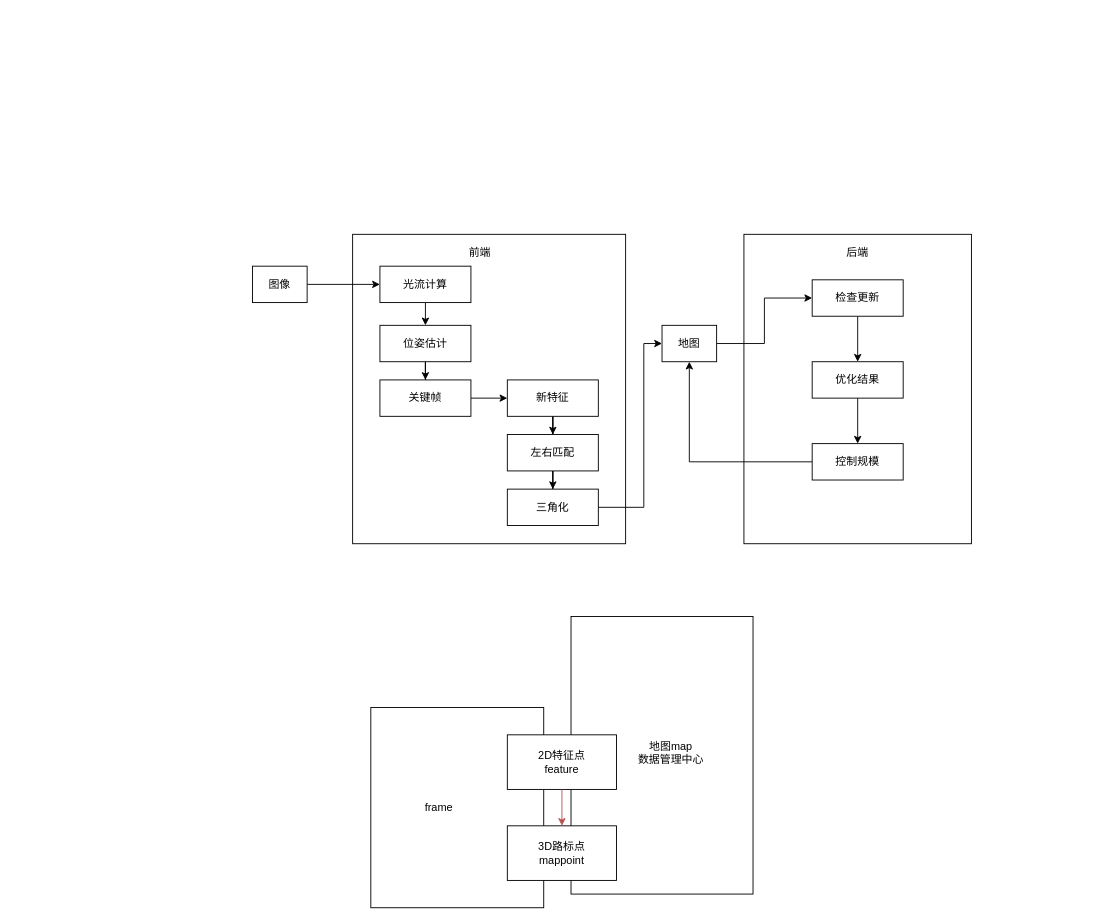
Above: docs/算法框架.drawio in ShaoHLeon/slam_CH13 (draw.io), before the change. Source tidied: cells renumbered, new cells numbered last; positions are measured from the earlier drawing's top-left corner, leaving out a move shared by most shapes. Both pictures are drawn from the tidied source at 91%, with x=0, y=0 at pixel (252, 234).
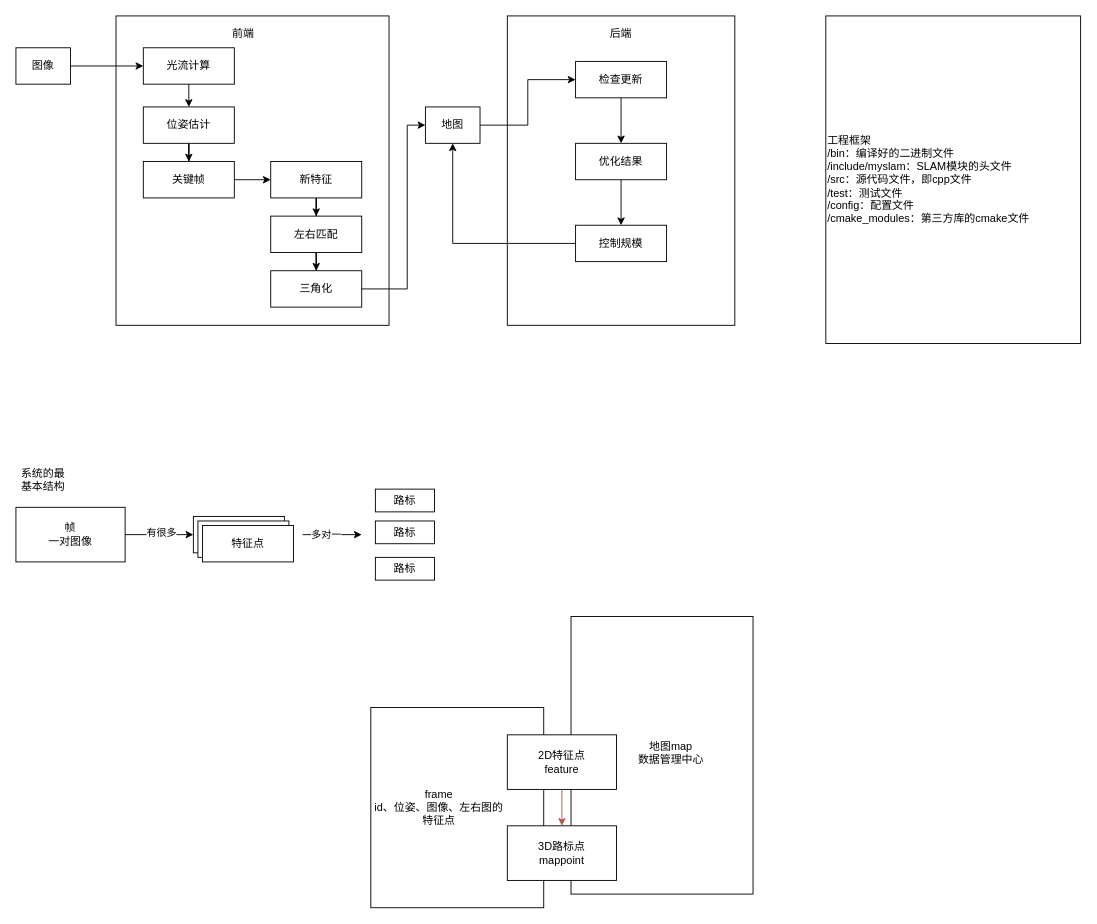
The same page after the edit.

Unchanged cells that the change refers to:
```xml
<mxCell id="2" style="group;" parent="1" vertex="1">
  <mxGeometry x="130" y="520" width="190" height="220" as="geometry" />
</mxCell>
```

The edit, as a diff of the source:
```diff
@@
-    <mxCell id="4" value="frame" style="text;html=1;align=center;verticalAlign=middle;whiteSpace=wrap;rounded=0;" parent="2" vertex="1">
+    <mxCell id="4" value="frame&lt;div&gt;id、位姿、图像、左右图的特征点&lt;/div&gt;" style="text;html=1;align=center;verticalAlign=middle;whiteSpace=wrap;rounded=0;" parent="2" vertex="1">
       <mxGeometry width="150" height="220" as="geometry" />
     </mxCell>
@@
     <mxCell id="6" style="group;" parent="1" vertex="1">
-      <mxGeometry width="790" height="340" as="geometry" />
+      <mxGeometry x="-260" y="-240" width="790" height="340" as="geometry" />
     </mxCell>
@@
+    <mxCell id="38" value="工程框架&lt;br&gt;/bin：编译好的二进制文件&lt;div&gt;/include/myslam：SLAM模块的头文件&lt;/div&gt;&lt;div&gt;/src：源代码文件，即cpp文件&lt;/div&gt;&lt;div&gt;/test：测试文件&lt;/div&gt;&lt;div&gt;/config：配置文件&lt;/div&gt;&lt;div&gt;/cmake_modules：第三方库的cmake文件&lt;/div&gt;" style="rounded=0;whiteSpace=wrap;html=1;align=left;" parent="1" vertex="1">
+      <mxGeometry x="630" y="-240" width="280" height="360" as="geometry" />
+    </mxCell>
+    <mxCell id="39" style="group;" parent="1" vertex="1">
+      <mxGeometry x="-260" y="255" width="460" height="125" as="geometry" />
+    </mxCell>
+    <mxCell id="40" style="edgeStyle=orthogonalEdgeStyle;rounded=0;jettySize=auto;html=1;entryX=0;entryY=0.5;entryDx=0;entryDy=0;" parent="39" edge="1" source="42" target="44">
+      <mxGeometry relative="1" as="geometry" />
+    </mxCell>
+    <mxCell id="41" value="有很多" style="edgeLabel;html=1;align=center;verticalAlign=middle;" parent="40" vertex="1">
+      <mxGeometry x="0.05" y="3" relative="1" as="geometry" />
+    </mxCell>
+    <mxCell id="42" value="帧&lt;div&gt;一对图像&lt;/div&gt;" style="rounded=0;whiteSpace=wrap;html=1;" parent="39" vertex="1">
+      <mxGeometry y="45" width="120" height="60" as="geometry" />
+    </mxCell>
+    <mxCell id="43" style="group;" parent="39" vertex="1">
+      <mxGeometry x="195" y="55" width="110" height="50" as="geometry" />
+    </mxCell>
+    <mxCell id="44" style="rounded=0;whiteSpace=wrap;html=1;" parent="43" vertex="1">
+      <mxGeometry width="100" height="40" as="geometry" />
+    </mxCell>
+    <mxCell id="45" style="rounded=0;whiteSpace=wrap;html=1;" parent="43" vertex="1">
+      <mxGeometry x="5" y="5" width="100" height="40" as="geometry" />
+    </mxCell>
+    <mxCell id="46" value="特征点" style="rounded=0;whiteSpace=wrap;html=1;" parent="43" vertex="1">
+      <mxGeometry x="10" y="10" width="100" height="40" as="geometry" />
+    </mxCell>
+    <mxCell id="47" value="路标" style="rounded=0;whiteSpace=wrap;html=1;" parent="39" vertex="1">
+      <mxGeometry x="395" y="25" width="65" height="25" as="geometry" />
+    </mxCell>
+    <mxCell id="48" value="路标" style="rounded=0;whiteSpace=wrap;html=1;" parent="39" vertex="1">
+      <mxGeometry x="395" y="60" width="65" height="25" as="geometry" />
+    </mxCell>
+    <mxCell id="49" value="路标" style="rounded=0;whiteSpace=wrap;html=1;" parent="39" vertex="1">
+      <mxGeometry x="395" y="100" width="65" height="25" as="geometry" />
+    </mxCell>
+    <mxCell id="50" style="endArrow=classic;html=1;rounded=0;" parent="39" edge="1">
+      <mxGeometry relative="1" as="geometry">
+        <mxPoint x="315" y="75" as="sourcePoint" />
+        <mxPoint x="380" y="75" as="targetPoint" />
+      </mxGeometry>
+    </mxCell>
+    <mxCell id="51" value="多对一" style="edgeLabel;html=1;align=center;verticalAlign=middle;" parent="50" vertex="1">
+      <mxGeometry x="-0.22" y="1" relative="1" as="geometry" />
+    </mxCell>
+    <mxCell id="52" value="系统的最基本结构" style="text;html=1;align=center;verticalAlign=middle;whiteSpace=wrap;rounded=0;" parent="39" vertex="1">
+      <mxGeometry width="60" height="30" as="geometry" />
+    </mxCell>
```
